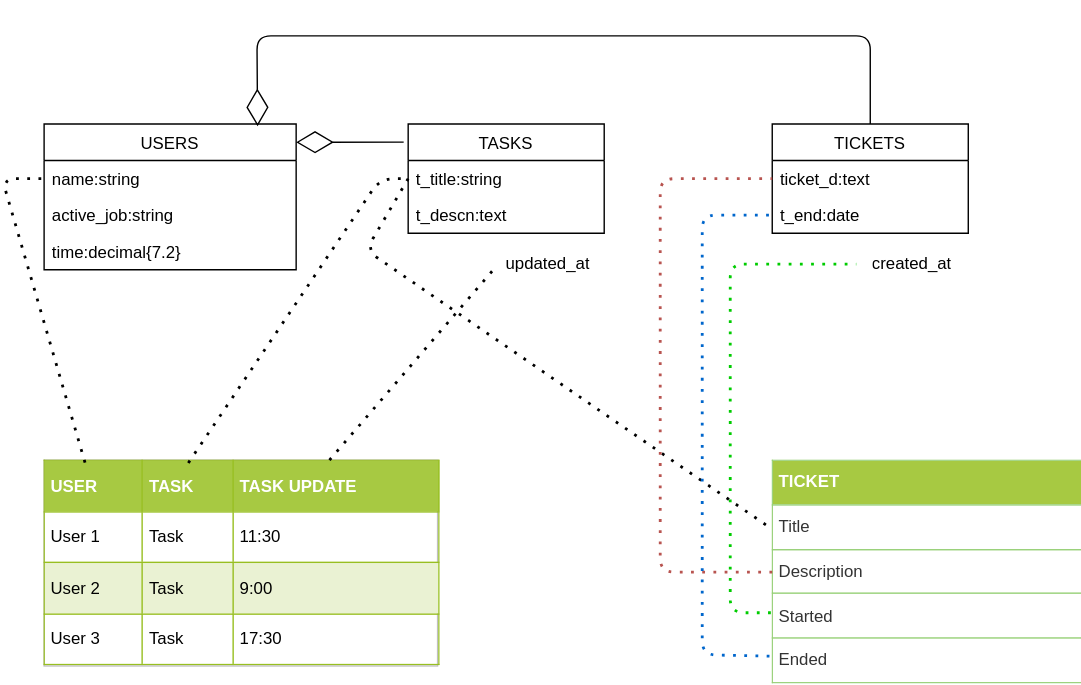
Roru-cmd/Myapp keeps this draw.io diagram as Myapp.svg. Above is the earlier version. Source tidied: cells renumbered, new cells last; positions are measured from the earlier drawing's top-left corner, leaving out a move shared by most shapes.
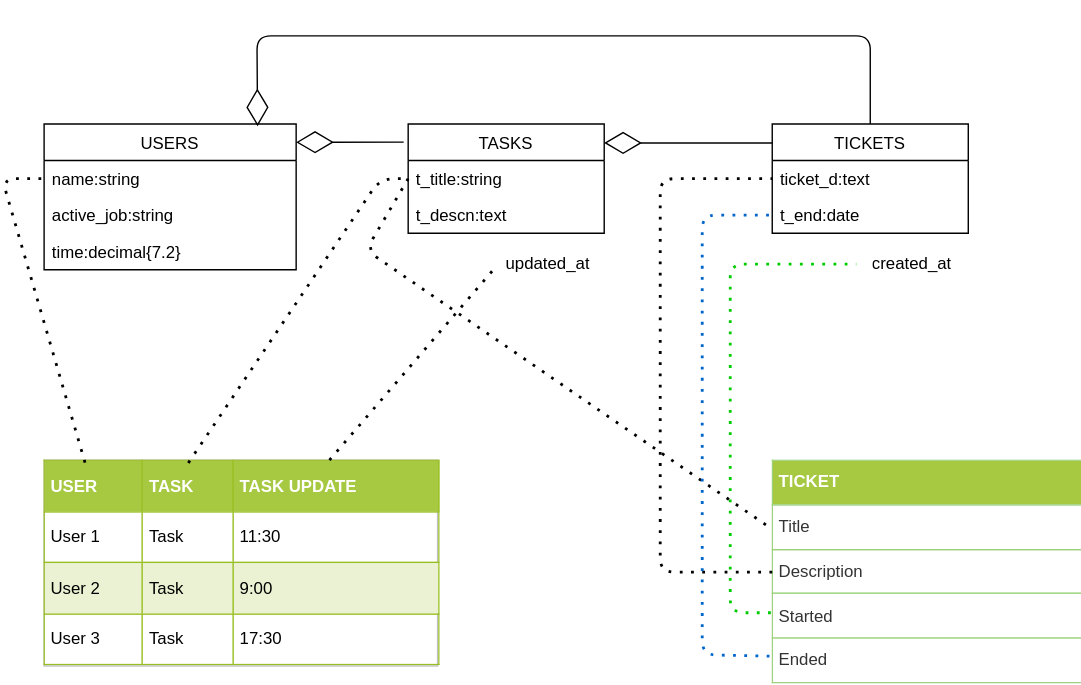
After the commit.

The edit, as a diff of the source:
```diff
@@ -65,7 +65,7 @@
         </Array>
       </mxGeometry>
     </mxCell>
-    <mxCell id="18" style="endArrow=none;dashed=1;html=1;dashPattern=1 3;strokeWidth=2;entryX=0;entryY=0.5;entryDx=0;entryDy=0;exitX=0;exitY=0.5;exitDx=0;exitDy=0;fillColor=#f8cecc;strokeColor=#b85450;" parent="1" edge="1" source="16" target="10">
+    <mxCell id="18" style="endArrow=none;dashed=1;html=1;dashPattern=1 3;strokeWidth=2;entryX=0;entryY=0.5;entryDx=0;entryDy=0;exitX=0;exitY=0.5;exitDx=0;exitDy=0;" parent="1" edge="1" source="16" target="10">
       <mxGeometry x="81" y="141" as="geometry">
         <Array as="points">
           <mxPoint x="470" y="383" />
@@ -118,5 +118,11 @@
         <mxGeometry x="610" y="153" width="80" height="20" as="geometry" />
       </mxCell>
     </object>
+    <mxCell id="26" style="endArrow=diamondThin;endFill=0;endSize=24;html=1;exitX=0;exitY=0.25;exitDx=0;exitDy=0;entryX=1;entryY=0.25;entryDx=0;entryDy=0;" parent="1" edge="1">
+      <mxGeometry x="91" y="145" as="geometry">
+        <mxPoint x="550" y="76.5" as="sourcePoint" />
+        <mxPoint x="430" y="76.5" as="targetPoint" />
+      </mxGeometry>
+    </mxCell>
   </root>
 </mxGraphModel>
```
